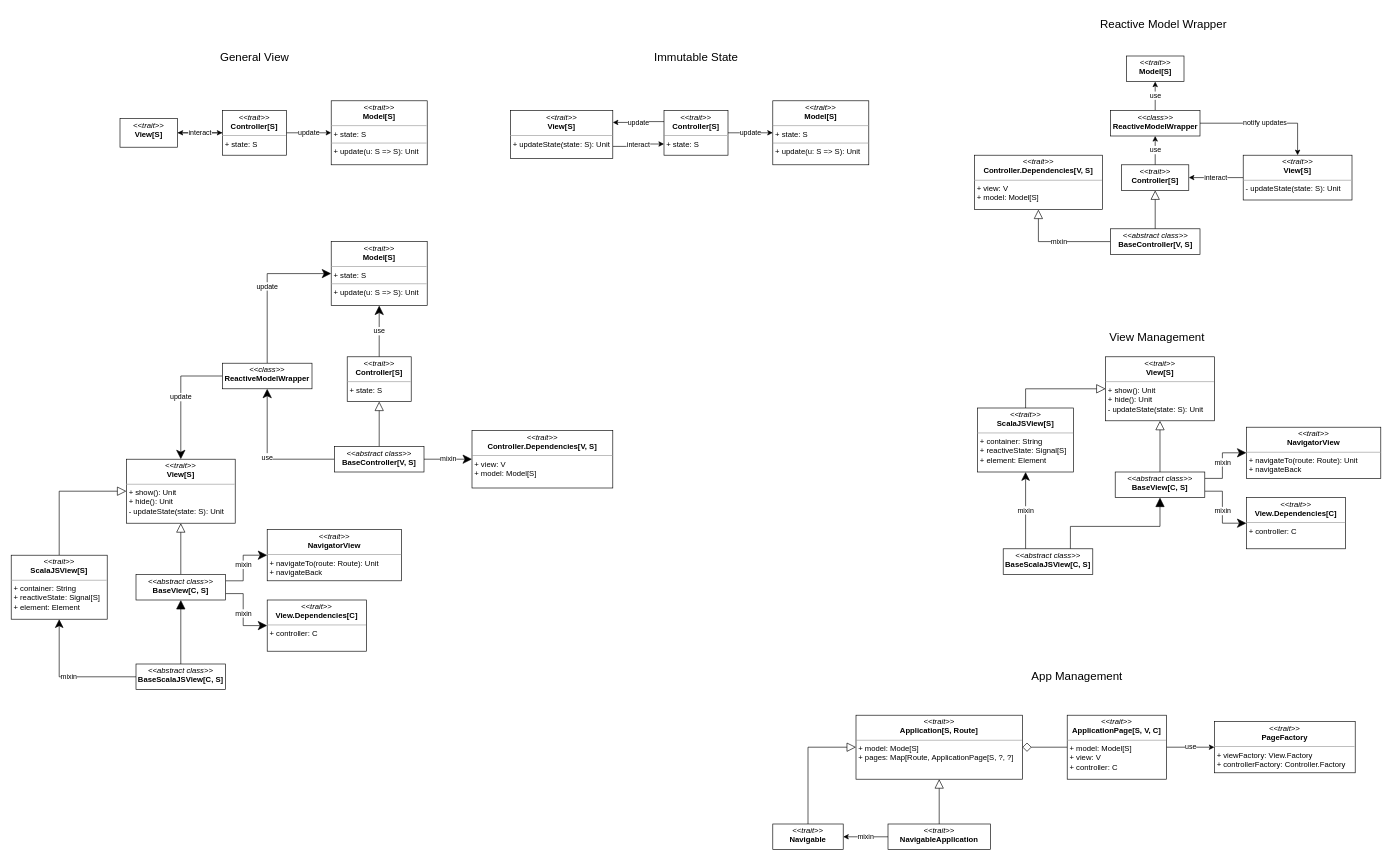
Above: page "MVC" (7 of 9) of scatan.drawio in zucchero-sintattico/pps-22-scatan (draw.io), before the change. Source tidied: cells renumbered, new cells numbered last; positions are measured from the earlier drawing's top-left corner, leaving out a move shared by most shapes. Both pictures are drawn from the tidied source at 64%, with x=0, y=0 at pixel (11, 11).
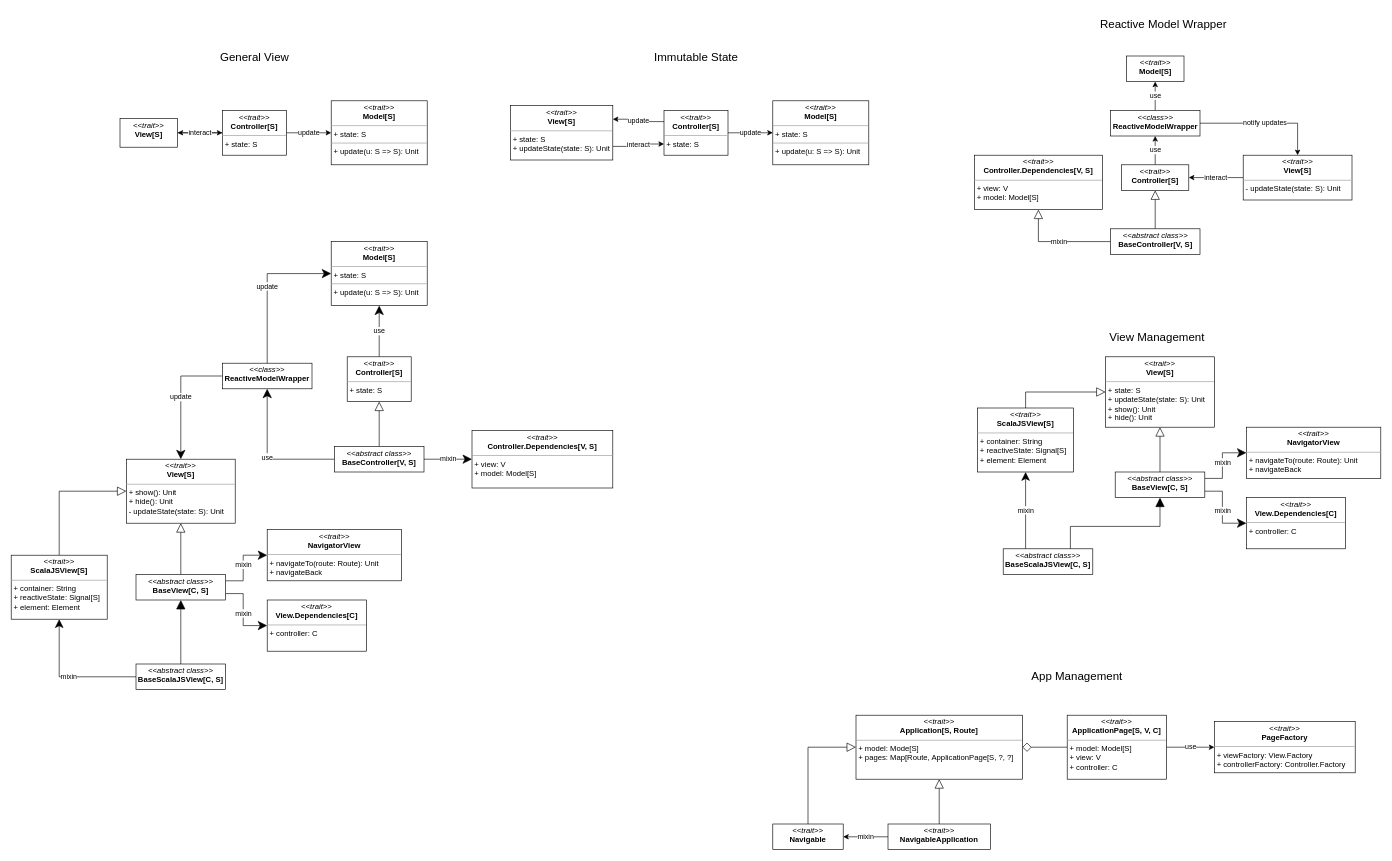
After the change.

Diff of the diagram source:
```diff
@@
-    <mxCell id="47" value="&lt;p style=&quot;margin:0px;margin-top:4px;text-align:center;&quot;&gt;&lt;i&gt;&amp;lt;&amp;lt;trait&amp;gt;&amp;gt;&lt;/i&gt;&lt;br&gt;&lt;b&gt;View[S]&lt;/b&gt;&lt;/p&gt;&lt;hr size=&quot;1&quot;&gt;&lt;p style=&quot;margin:0px;margin-left:4px;&quot;&gt;&lt;span style=&quot;background-color: initial;&quot;&gt;+ updateState(state: S): Unit&lt;/span&gt;&lt;br&gt;&lt;/p&gt;" style="verticalAlign=top;align=left;overflow=fill;fontSize=12;fontFamily=Helvetica;html=1;whiteSpace=wrap;" parent="1" vertex="1">
-      <mxGeometry x="780" y="155" width="160" height="75" as="geometry" />
+    <mxCell id="47" value="&lt;p style=&quot;margin:0px;margin-top:4px;text-align:center;&quot;&gt;&lt;i&gt;&amp;lt;&amp;lt;trait&amp;gt;&amp;gt;&lt;/i&gt;&lt;br&gt;&lt;b&gt;View[S]&lt;/b&gt;&lt;/p&gt;&lt;hr size=&quot;1&quot;&gt;&lt;p style=&quot;margin:0px;margin-left:4px;&quot;&gt;&lt;span style=&quot;background-color: initial;&quot;&gt;+ state: S&lt;/span&gt;&lt;/p&gt;&lt;p style=&quot;margin:0px;margin-left:4px;&quot;&gt;&lt;span style=&quot;background-color: initial;&quot;&gt;+ updateState(state: S): Unit&lt;/span&gt;&lt;br&gt;&lt;/p&gt;" style="verticalAlign=top;align=left;overflow=fill;fontSize=12;fontFamily=Helvetica;html=1;whiteSpace=wrap;" parent="1" vertex="1">
+      <mxGeometry x="780" y="147.5" width="160" height="85" as="geometry" />
     </mxCell>
@@
-    <mxCell id="61" value="&lt;p style=&quot;margin:0px;margin-top:4px;text-align:center;&quot;&gt;&lt;i&gt;&amp;lt;&amp;lt;trait&amp;gt;&amp;gt;&lt;/i&gt;&lt;br&gt;&lt;b&gt;View[S]&lt;/b&gt;&lt;/p&gt;&lt;hr size=&quot;1&quot;&gt;&lt;p style=&quot;margin:0px;margin-left:4px;&quot;&gt;+ show(): Unit&lt;/p&gt;&lt;p style=&quot;margin:0px;margin-left:4px;&quot;&gt;+ hide(): Unit&lt;/p&gt;&lt;p style=&quot;margin:0px;margin-left:4px;&quot;&gt;- updateState(state: S): Unit&lt;/p&gt;" style="verticalAlign=top;align=left;overflow=fill;fontSize=12;fontFamily=Helvetica;html=1;whiteSpace=wrap;" parent="1" vertex="1">
-      <mxGeometry x="1710" y="540" width="170" height="100" as="geometry" />
+    <mxCell id="61" value="&lt;p style=&quot;margin:0px;margin-top:4px;text-align:center;&quot;&gt;&lt;i&gt;&amp;lt;&amp;lt;trait&amp;gt;&amp;gt;&lt;/i&gt;&lt;br&gt;&lt;b&gt;View[S]&lt;/b&gt;&lt;/p&gt;&lt;hr size=&quot;1&quot;&gt;&lt;p style=&quot;margin:0px;margin-left:4px;&quot;&gt;+ state: S&lt;/p&gt;&lt;p style=&quot;margin:0px;margin-left:4px;&quot;&gt;+ updateState(state: S): Unit&lt;br&gt;&lt;/p&gt;&lt;p style=&quot;margin:0px;margin-left:4px;&quot;&gt;+ show(): Unit&lt;/p&gt;&lt;p style=&quot;margin:0px;margin-left:4px;&quot;&gt;+ hide(): Unit&lt;/p&gt;" style="verticalAlign=top;align=left;overflow=fill;fontSize=12;fontFamily=Helvetica;html=1;whiteSpace=wrap;" parent="1" vertex="1">
+      <mxGeometry x="1710" y="540" width="170" height="110" as="geometry" />
     </mxCell>
```
